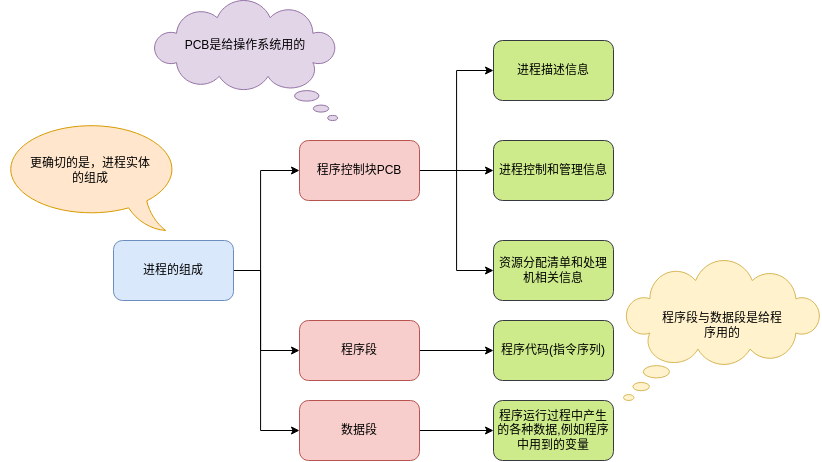
Before: process.drawio.png, a diagram exported from draw.io (YuMingLiDawn/Linux). Source tidied: cells renumbered, new cells last; positions are measured from the earlier drawing's top-left corner, leaving out a move shared by most shapes.
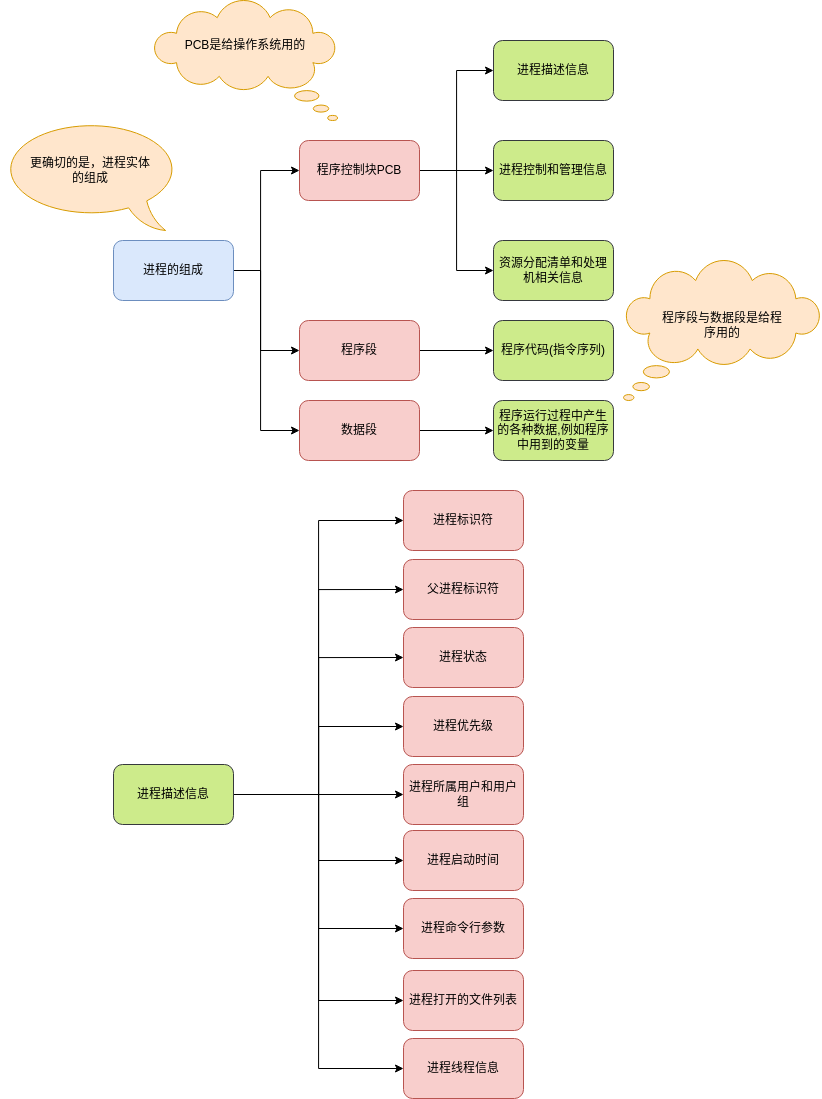
The same file after the commit.

The edit, as a diff of the source:
```diff
@@ -68,13 +68,13 @@
     <mxCell id="18" value="程序运行过程中产生的各种数据,例如程序中用到的变量" style="rounded=1;whiteSpace=wrap;html=1;fillColor=#cdeb8b;strokeColor=#36393d;" parent="1" vertex="1">
       <mxGeometry x="493" y="400" width="120" height="60" as="geometry" />
     </mxCell>
-    <mxCell id="19" style="whiteSpace=wrap;html=1;shape=mxgraph.basic.cloud_callout;flipH=1;fillColor=#e1d5e7;strokeColor=#9673a6;" parent="1" vertex="1">
+    <mxCell id="19" style="whiteSpace=wrap;html=1;shape=mxgraph.basic.cloud_callout;flipH=1;fillColor=#ffe6cc;strokeColor=#d79b00;" parent="1" vertex="1">
       <mxGeometry x="153" width="184" height="120" as="geometry" />
     </mxCell>
     <mxCell id="20" value="PCB是给操作系统用的" style="text;html=1;strokeColor=none;fillColor=none;align=center;verticalAlign=middle;whiteSpace=wrap;rounded=0;" parent="1" vertex="1">
       <mxGeometry x="180" y="30" width="130" height="30" as="geometry" />
     </mxCell>
-    <mxCell id="21" style="whiteSpace=wrap;html=1;shape=mxgraph.basic.cloud_callout;fillColor=#fff2cc;strokeColor=#d6b656;" parent="1" vertex="1">
+    <mxCell id="21" style="whiteSpace=wrap;html=1;shape=mxgraph.basic.cloud_callout;fillColor=#ffe6cc;strokeColor=#d79b00;" parent="1" vertex="1">
       <mxGeometry x="623" y="260" width="197" height="140" as="geometry" />
     </mxCell>
     <mxCell id="22" value="程序段与数据段是给程序用的" style="text;html=1;strokeColor=none;fillColor=none;align=center;verticalAlign=middle;whiteSpace=wrap;rounded=0;" parent="1" vertex="1">
@@ -86,5 +86,62 @@
     <mxCell id="24" value="更确切的是，进程实体的组成" style="text;html=1;strokeColor=none;fillColor=none;align=center;verticalAlign=middle;whiteSpace=wrap;rounded=0;" parent="1" vertex="1">
       <mxGeometry x="25" y="155" width="130" height="30" as="geometry" />
     </mxCell>
+    <mxCell id="25" style="edgeStyle=orthogonalEdgeStyle;rounded=0;jettySize=auto;html=1;entryX=0;entryY=0.5;entryDx=0;entryDy=0;" parent="1" edge="1" source="34" target="35">
+      <mxGeometry relative="1" as="geometry" />
+    </mxCell>
+    <mxCell id="26" style="edgeStyle=orthogonalEdgeStyle;rounded=0;jettySize=auto;html=1;entryX=0;entryY=0.5;entryDx=0;entryDy=0;" parent="1" edge="1" source="34" target="36">
+      <mxGeometry relative="1" as="geometry" />
+    </mxCell>
+    <mxCell id="27" style="edgeStyle=orthogonalEdgeStyle;rounded=0;jettySize=auto;html=1;entryX=0;entryY=0.5;entryDx=0;entryDy=0;" parent="1" edge="1" source="34" target="37">
+      <mxGeometry relative="1" as="geometry" />
+    </mxCell>
+    <mxCell id="28" style="edgeStyle=orthogonalEdgeStyle;rounded=0;jettySize=auto;html=1;entryX=0;entryY=0.5;entryDx=0;entryDy=0;" parent="1" edge="1" source="34" target="38">
+      <mxGeometry relative="1" as="geometry" />
+    </mxCell>
+    <mxCell id="29" style="edgeStyle=orthogonalEdgeStyle;rounded=0;jettySize=auto;html=1;entryX=0;entryY=0.5;entryDx=0;entryDy=0;" parent="1" edge="1" source="34" target="39">
+      <mxGeometry relative="1" as="geometry" />
+    </mxCell>
+    <mxCell id="30" style="edgeStyle=orthogonalEdgeStyle;rounded=0;jettySize=auto;html=1;entryX=0;entryY=0.5;entryDx=0;entryDy=0;" parent="1" edge="1" source="34" target="40">
+      <mxGeometry relative="1" as="geometry" />
+    </mxCell>
+    <mxCell id="31" style="edgeStyle=orthogonalEdgeStyle;rounded=0;jettySize=auto;html=1;entryX=0;entryY=0.5;entryDx=0;entryDy=0;" parent="1" edge="1" source="34" target="41">
+      <mxGeometry relative="1" as="geometry" />
+    </mxCell>
+    <mxCell id="32" style="edgeStyle=orthogonalEdgeStyle;rounded=0;jettySize=auto;html=1;entryX=0;entryY=0.5;entryDx=0;entryDy=0;" parent="1" edge="1" source="34" target="42">
+      <mxGeometry relative="1" as="geometry" />
+    </mxCell>
+    <mxCell id="33" style="edgeStyle=orthogonalEdgeStyle;rounded=0;jettySize=auto;html=1;entryX=0;entryY=0.5;entryDx=0;entryDy=0;" parent="1" edge="1" source="34" target="43">
+      <mxGeometry relative="1" as="geometry" />
+    </mxCell>
+    <mxCell id="34" value="进程描述信息" style="rounded=1;whiteSpace=wrap;html=1;fillColor=#cdeb8b;strokeColor=#36393d;" parent="1" vertex="1">
+      <mxGeometry x="113" y="764" width="120" height="60" as="geometry" />
+    </mxCell>
+    <mxCell id="35" value="进程标识符" style="rounded=1;whiteSpace=wrap;html=1;fillColor=#f8cecc;strokeColor=#b85450;" parent="1" vertex="1">
+      <mxGeometry x="403" y="490" width="120" height="60" as="geometry" />
+    </mxCell>
+    <mxCell id="36" value="父进程标识符" style="rounded=1;whiteSpace=wrap;html=1;fillColor=#f8cecc;strokeColor=#b85450;" parent="1" vertex="1">
+      <mxGeometry x="403" y="559" width="120" height="60" as="geometry" />
+    </mxCell>
+    <mxCell id="37" value="进程状态" style="rounded=1;whiteSpace=wrap;html=1;fillColor=#f8cecc;strokeColor=#b85450;" parent="1" vertex="1">
+      <mxGeometry x="403" y="627" width="120" height="60" as="geometry" />
+    </mxCell>
+    <mxCell id="38" value="进程优先级" style="rounded=1;whiteSpace=wrap;html=1;fillColor=#f8cecc;strokeColor=#b85450;" parent="1" vertex="1">
+      <mxGeometry x="403" y="696" width="120" height="60" as="geometry" />
+    </mxCell>
+    <mxCell id="39" value="进程所属用户和用户组" style="rounded=1;whiteSpace=wrap;html=1;fillColor=#f8cecc;strokeColor=#b85450;" parent="1" vertex="1">
+      <mxGeometry x="403" y="764" width="120" height="60" as="geometry" />
+    </mxCell>
+    <mxCell id="40" value="进程启动时间" style="rounded=1;whiteSpace=wrap;html=1;fillColor=#f8cecc;strokeColor=#b85450;" parent="1" vertex="1">
+      <mxGeometry x="403" y="830" width="120" height="60" as="geometry" />
+    </mxCell>
+    <mxCell id="41" value="进程命令行参数" style="rounded=1;whiteSpace=wrap;html=1;fillColor=#f8cecc;strokeColor=#b85450;" parent="1" vertex="1">
+      <mxGeometry x="403" y="898" width="120" height="60" as="geometry" />
+    </mxCell>
+    <mxCell id="42" value="进程打开的文件列表" style="rounded=1;whiteSpace=wrap;html=1;fillColor=#f8cecc;strokeColor=#b85450;" parent="1" vertex="1">
+      <mxGeometry x="403" y="970" width="120" height="60" as="geometry" />
+    </mxCell>
+    <mxCell id="43" value="进程线程信息" style="rounded=1;whiteSpace=wrap;html=1;fillColor=#f8cecc;strokeColor=#b85450;" parent="1" vertex="1">
+      <mxGeometry x="403" y="1038" width="120" height="60" as="geometry" />
+    </mxCell>
   </root>
 </mxGraphModel>
```
